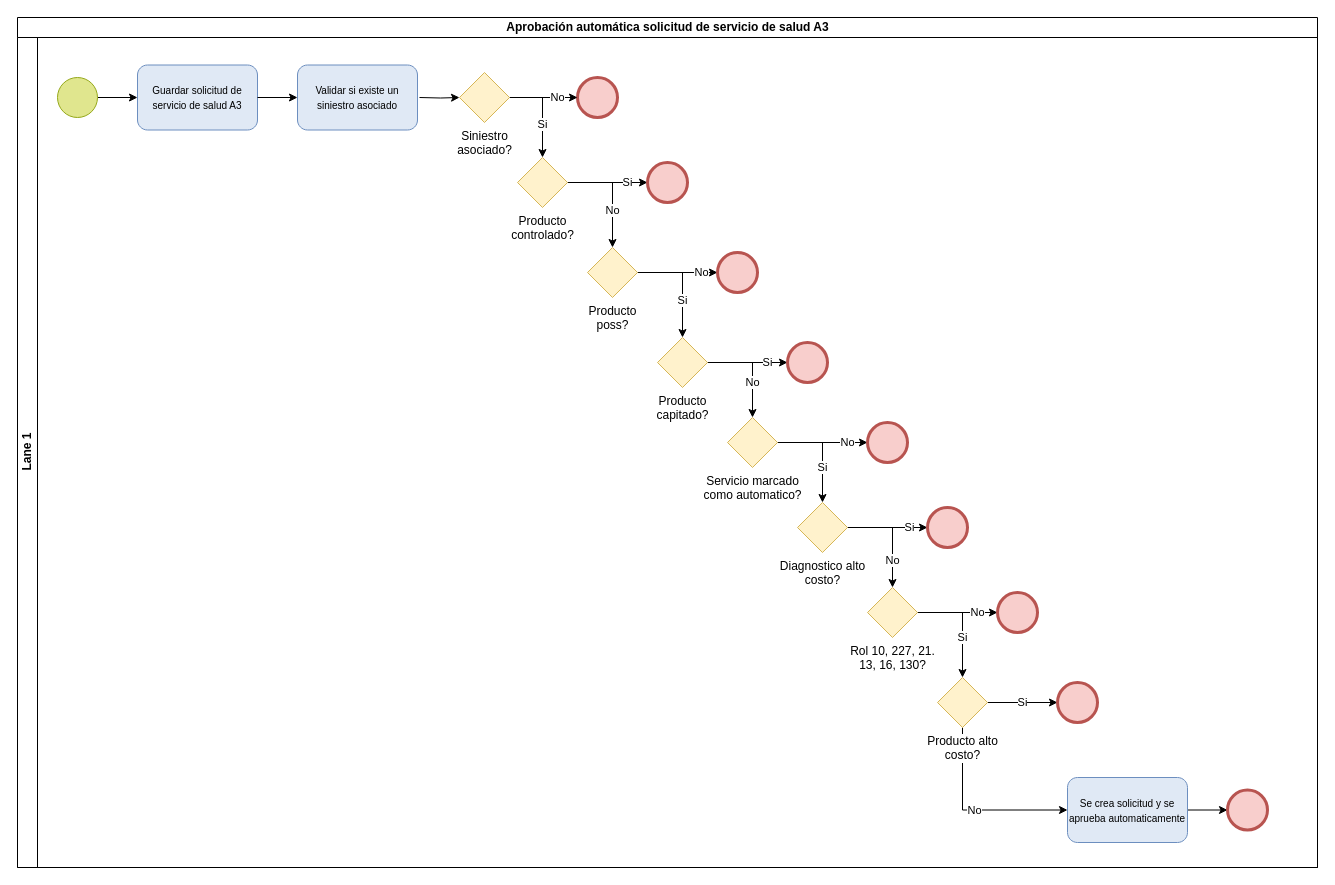
Above: Validaciones para crear un A3.drawio in kevinjporto/Diagramas-de-procesos (draw.io), before the change. Source tidied: cells renumbered, new cells numbered last; positions are measured from the earlier drawing's top-left corner, leaving out a move shared by most shapes. Both pictures are drawn from the tidied source at 100%, with x=0, y=0 at pixel (17, 17).
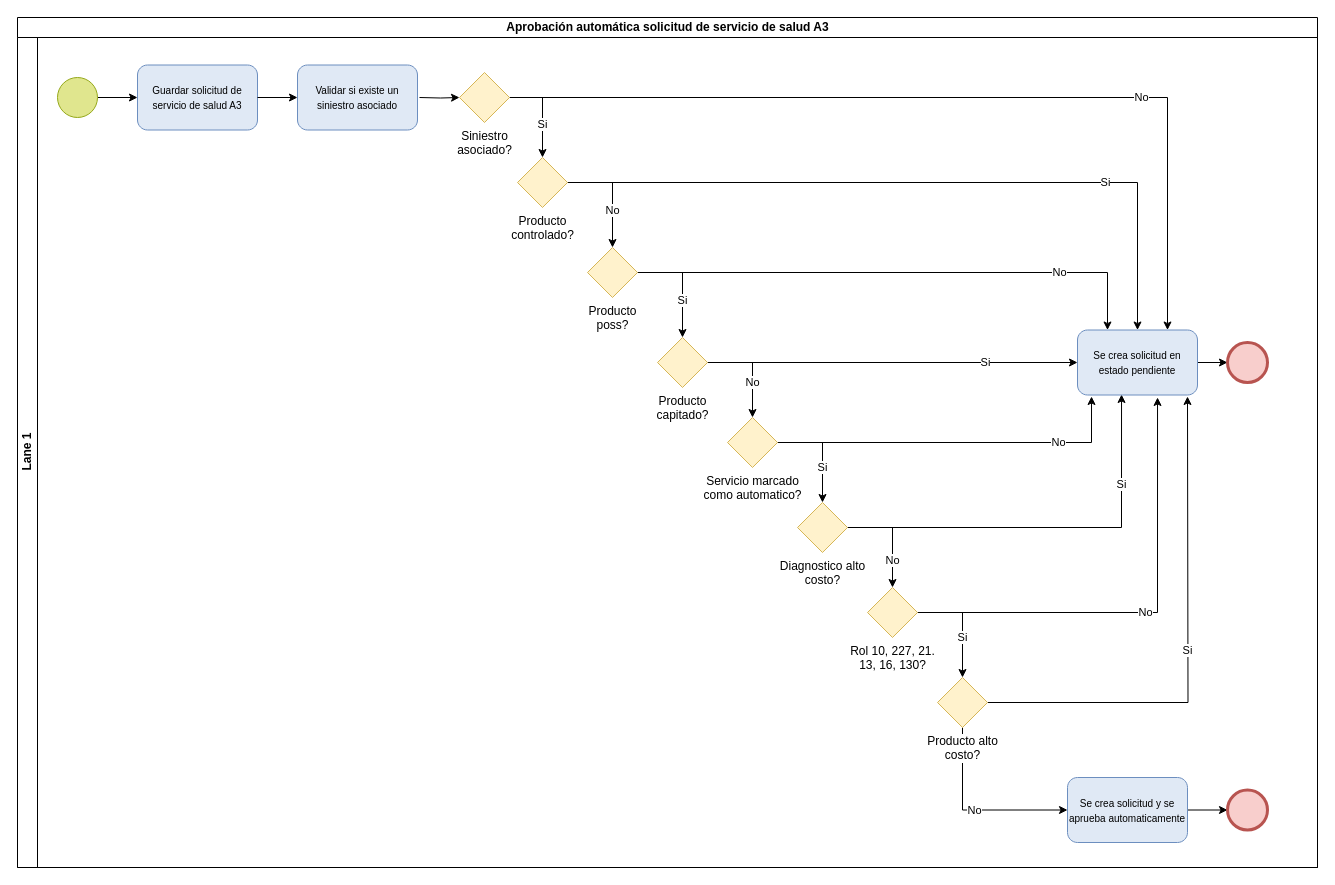
The same diagram, later.

The change refers to these unchanged cells:
```xml
<mxCell id="3" value="Lane 1" style="swimlane;startSize=20;horizontal=0;html=1;" parent="2" vertex="1">
  <mxGeometry y="20" width="1300" height="830" as="geometry" />
</mxCell>
<mxCell id="8" value="Producto &lt;br&gt;controlado?" style="points=[[0.25,0.25,0],[0.5,0,0],[0.75,0.25,0],[1,0.5,0],[0.75,0.75,0],[0.5,1,0],[0.25,0.75,0],[0,0.5,0]];shape=mxgraph.bpmn.gateway2;html=1;verticalLabelPosition=bottom;labelBackgroundColor=#ffffff;verticalAlign=top;align=center;perimeter=rhombusPerimeter;outlineConnect=0;outline=none;symbol=none;fillColor=#fff2cc;strokeColor=#d6b656;" parent="3" vertex="1">
  <mxGeometry x="500" y="120" width="50" height="50" as="geometry" />
</mxCell>
<mxCell id="11" value="Producto &lt;br&gt;poss?" style="points=[[0.25,0.25,0],[0.5,0,0],[0.75,0.25,0],[1,0.5,0],[0.75,0.75,0],[0.5,1,0],[0.25,0.75,0],[0,0.5,0]];shape=mxgraph.bpmn.gateway2;html=1;verticalLabelPosition=bottom;labelBackgroundColor=#ffffff;verticalAlign=top;align=center;perimeter=rhombusPerimeter;outlineConnect=0;outline=none;symbol=none;fillColor=#fff2cc;strokeColor=#d6b656;" parent="3" vertex="1">
  <mxGeometry x="570" y="210" width="50" height="50" as="geometry" />
</mxCell>
<mxCell id="14" value="Producto &lt;br&gt;capitado?" style="points=[[0.25,0.25,0],[0.5,0,0],[0.75,0.25,0],[1,0.5,0],[0.75,0.75,0],[0.5,1,0],[0.25,0.75,0],[0,0.5,0]];shape=mxgraph.bpmn.gateway2;html=1;verticalLabelPosition=bottom;labelBackgroundColor=#ffffff;verticalAlign=top;align=center;perimeter=rhombusPerimeter;outlineConnect=0;outline=none;symbol=none;fillColor=#fff2cc;strokeColor=#d6b656;" parent="3" vertex="1">
  <mxGeometry x="640" y="300" width="50" height="50" as="geometry" />
</mxCell>
<mxCell id="19" value="Servicio marcado&lt;br&gt;como automatico?" style="points=[[0.25,0.25,0],[0.5,0,0],[0.75,0.25,0],[1,0.5,0],[0.75,0.75,0],[0.5,1,0],[0.25,0.75,0],[0,0.5,0]];shape=mxgraph.bpmn.gateway2;html=1;verticalLabelPosition=bottom;labelBackgroundColor=#ffffff;verticalAlign=top;align=center;perimeter=rhombusPerimeter;outlineConnect=0;outline=none;symbol=none;fillColor=#fff2cc;strokeColor=#d6b656;" parent="3" vertex="1">
  <mxGeometry x="710" y="380" width="50" height="50" as="geometry" />
</mxCell>
<mxCell id="24" value="Siniestro&lt;br&gt;asociado?" style="points=[[0.25,0.25,0],[0.5,0,0],[0.75,0.25,0],[1,0.5,0],[0.75,0.75,0],[0.5,1,0],[0.25,0.75,0],[0,0.5,0]];shape=mxgraph.bpmn.gateway2;html=1;verticalLabelPosition=bottom;labelBackgroundColor=#ffffff;verticalAlign=top;align=center;perimeter=rhombusPerimeter;outlineConnect=0;outline=none;symbol=none;fillColor=#fff2cc;strokeColor=#d6b656;" parent="3" vertex="1">
  <mxGeometry x="442" y="35" width="50" height="50" as="geometry" />
</mxCell>
<mxCell id="33" value="Diagnostico alto&lt;br&gt;costo?" style="points=[[0.25,0.25,0],[0.5,0,0],[0.75,0.25,0],[1,0.5,0],[0.75,0.75,0],[0.5,1,0],[0.25,0.75,0],[0,0.5,0]];shape=mxgraph.bpmn.gateway2;html=1;verticalLabelPosition=bottom;labelBackgroundColor=#ffffff;verticalAlign=top;align=center;perimeter=rhombusPerimeter;outlineConnect=0;outline=none;symbol=none;fillColor=#fff2cc;strokeColor=#d6b656;" parent="3" vertex="1">
  <mxGeometry x="780" y="465" width="50" height="50" as="geometry" />
</mxCell>
<mxCell id="37" value="Rol 10, 227, 21.&lt;br&gt;13, 16, 130?" style="points=[[0.25,0.25,0],[0.5,0,0],[0.75,0.25,0],[1,0.5,0],[0.75,0.75,0],[0.5,1,0],[0.25,0.75,0],[0,0.5,0]];shape=mxgraph.bpmn.gateway2;html=1;verticalLabelPosition=bottom;labelBackgroundColor=#ffffff;verticalAlign=top;align=center;perimeter=rhombusPerimeter;outlineConnect=0;outline=none;symbol=none;fillColor=#fff2cc;strokeColor=#d6b656;" parent="3" vertex="1">
  <mxGeometry x="850" y="550" width="50" height="50" as="geometry" />
</mxCell>
<mxCell id="41" value="Producto alto&lt;br&gt;costo?" style="points=[[0.25,0.25,0],[0.5,0,0],[0.75,0.25,0],[1,0.5,0],[0.75,0.75,0],[0.5,1,0],[0.25,0.75,0],[0,0.5,0]];shape=mxgraph.bpmn.gateway2;html=1;verticalLabelPosition=bottom;labelBackgroundColor=#ffffff;verticalAlign=top;align=center;perimeter=rhombusPerimeter;outlineConnect=0;outline=none;symbol=none;fillColor=#fff2cc;strokeColor=#d6b656;" parent="3" vertex="1">
  <mxGeometry x="920" y="640" width="50" height="50" as="geometry" />
</mxCell>
```

Change to the diagram source:
```diff
@@
-    <mxCell id="7" value="Si" style="edgeStyle=orthogonalEdgeStyle;rounded=0;jettySize=auto;html=1;" parent="3" edge="1" source="8" target="28">
+    <mxCell id="7" value="Si" style="edgeStyle=orthogonalEdgeStyle;rounded=0;jettySize=auto;html=1;" parent="3" edge="1" source="8" target="46">
       <mxGeometry x="0.5" relative="1" as="geometry" />
     </mxCell>
@@
-    <mxCell id="10" value="No" style="edgeStyle=orthogonalEdgeStyle;rounded=0;jettySize=auto;html=1;" parent="3" edge="1" source="11" target="29">
+    <mxCell id="10" value="No" style="edgeStyle=orthogonalEdgeStyle;rounded=0;jettySize=auto;html=1;entryX=0.25;entryY=0;entryDx=0;entryDy=0;entryPerimeter=0;" parent="3" edge="1" source="11" target="46">
       <mxGeometry x="0.6" relative="1" as="geometry" />
     </mxCell>
@@
-    <mxCell id="13" value="Si" style="edgeStyle=orthogonalEdgeStyle;rounded=0;jettySize=auto;html=1;" parent="3" edge="1" source="14" target="30">
+    <mxCell id="13" value="Si" style="edgeStyle=orthogonalEdgeStyle;rounded=0;jettySize=auto;html=1;" parent="3" edge="1" source="14" target="46">
       <mxGeometry x="0.5" relative="1" as="geometry" />
     </mxCell>
@@
-    <mxCell id="18" value="No" style="edgeStyle=orthogonalEdgeStyle;rounded=0;jettySize=auto;html=1;" parent="3" edge="1" source="19" target="34">
+    <mxCell id="18" value="No" style="edgeStyle=orthogonalEdgeStyle;rounded=0;jettySize=auto;html=1;entryX=0.117;entryY=1.023;entryDx=0;entryDy=0;entryPerimeter=0;" parent="3" edge="1" source="19" target="46">
       <mxGeometry x="0.56" relative="1" as="geometry" />
     </mxCell>
@@
-    <mxCell id="20" style="points=[[0.145,0.145,0],[0.5,0,0],[0.855,0.145,0],[1,0.5,0],[0.855,0.855,0],[0.5,1,0],[0.145,0.855,0],[0,0.5,0]];shape=mxgraph.bpmn.event;html=1;verticalLabelPosition=bottom;labelBackgroundColor=#ffffff;verticalAlign=top;align=center;perimeter=ellipsePerimeter;outlineConnect=0;outline=end;symbol=terminate2;fillColor=#f8cecc;strokeColor=#b85450;" parent="3" vertex="1">
-      <mxGeometry x="560" y="40" width="40" height="40" as="geometry" />
-    </mxCell>
@@
-    <mxCell id="23" value="No" style="edgeStyle=orthogonalEdgeStyle;rounded=0;jettySize=auto;html=1;entryX=0;entryY=0.5;entryDx=0;entryDy=0;entryPerimeter=0;" parent="3" edge="1" source="24" target="20">
+    <mxCell id="23" value="No" style="edgeStyle=orthogonalEdgeStyle;rounded=0;jettySize=auto;html=1;entryX=0.75;entryY=0;entryDx=0;entryDy=0;entryPerimeter=0;" parent="3" edge="1" source="24" target="46">
       <mxGeometry x="0.42" relative="1" as="geometry" />
     </mxCell>
@@
-    <mxCell id="28" style="points=[[0.145,0.145,0],[0.5,0,0],[0.855,0.145,0],[1,0.5,0],[0.855,0.855,0],[0.5,1,0],[0.145,0.855,0],[0,0.5,0]];shape=mxgraph.bpmn.event;html=1;verticalLabelPosition=bottom;labelBackgroundColor=#ffffff;verticalAlign=top;align=center;perimeter=ellipsePerimeter;outlineConnect=0;outline=end;symbol=terminate2;fillColor=#f8cecc;strokeColor=#b85450;" parent="3" vertex="1">
-      <mxGeometry x="630" y="125" width="40" height="40" as="geometry" />
-    </mxCell>
-    <mxCell id="29" style="points=[[0.145,0.145,0],[0.5,0,0],[0.855,0.145,0],[1,0.5,0],[0.855,0.855,0],[0.5,1,0],[0.145,0.855,0],[0,0.5,0]];shape=mxgraph.bpmn.event;html=1;verticalLabelPosition=bottom;labelBackgroundColor=#ffffff;verticalAlign=top;align=center;perimeter=ellipsePerimeter;outlineConnect=0;outline=end;symbol=terminate2;fillColor=#f8cecc;strokeColor=#b85450;" parent="3" vertex="1">
-      <mxGeometry x="700" y="215" width="40" height="40" as="geometry" />
-    </mxCell>
-    <mxCell id="30" style="points=[[0.145,0.145,0],[0.5,0,0],[0.855,0.145,0],[1,0.5,0],[0.855,0.855,0],[0.5,1,0],[0.145,0.855,0],[0,0.5,0]];shape=mxgraph.bpmn.event;html=1;verticalLabelPosition=bottom;labelBackgroundColor=#ffffff;verticalAlign=top;align=center;perimeter=ellipsePerimeter;outlineConnect=0;outline=end;symbol=terminate2;fillColor=#f8cecc;strokeColor=#b85450;" parent="3" vertex="1">
-      <mxGeometry x="770" y="305" width="40" height="40" as="geometry" />
-    </mxCell>
@@
-    <mxCell id="32" value="Si" style="edgeStyle=orthogonalEdgeStyle;rounded=0;jettySize=auto;html=1;" parent="3" edge="1" source="33" target="38">
+    <mxCell id="32" value="Si" style="edgeStyle=orthogonalEdgeStyle;rounded=0;jettySize=auto;html=1;entryX=0.367;entryY=0.992;entryDx=0;entryDy=0;entryPerimeter=0;" parent="3" edge="1" source="33" target="46">
       <mxGeometry x="0.56" relative="1" as="geometry" />
     </mxCell>
@@
-    <mxCell id="34" style="points=[[0.145,0.145,0],[0.5,0,0],[0.855,0.145,0],[1,0.5,0],[0.855,0.855,0],[0.5,1,0],[0.145,0.855,0],[0,0.5,0]];shape=mxgraph.bpmn.event;html=1;verticalLabelPosition=bottom;labelBackgroundColor=#ffffff;verticalAlign=top;align=center;perimeter=ellipsePerimeter;outlineConnect=0;outline=end;symbol=terminate2;fillColor=#f8cecc;strokeColor=#b85450;" parent="3" vertex="1">
-      <mxGeometry x="850" y="385" width="40" height="40" as="geometry" />
-    </mxCell>
@@
-    <mxCell id="36" value="No" style="edgeStyle=orthogonalEdgeStyle;rounded=0;jettySize=auto;html=1;" parent="3" edge="1" source="37" target="42">
-      <mxGeometry x="0.5" relative="1" as="geometry" />
+    <mxCell id="36" value="No" style="edgeStyle=orthogonalEdgeStyle;rounded=0;jettySize=auto;html=1;entryX=0.667;entryY=1.038;entryDx=0;entryDy=0;entryPerimeter=0;" parent="3" edge="1" source="37" target="46">
+      <mxGeometry relative="1" as="geometry" />
     </mxCell>
@@
-    <mxCell id="38" style="points=[[0.145,0.145,0],[0.5,0,0],[0.855,0.145,0],[1,0.5,0],[0.855,0.855,0],[0.5,1,0],[0.145,0.855,0],[0,0.5,0]];shape=mxgraph.bpmn.event;html=1;verticalLabelPosition=bottom;labelBackgroundColor=#ffffff;verticalAlign=top;align=center;perimeter=ellipsePerimeter;outlineConnect=0;outline=end;symbol=terminate2;fillColor=#f8cecc;strokeColor=#b85450;" parent="3" vertex="1">
-      <mxGeometry x="910" y="470" width="40" height="40" as="geometry" />
-    </mxCell>
-    <mxCell id="39" value="Si" style="edgeStyle=orthogonalEdgeStyle;rounded=0;jettySize=auto;html=1;entryX=0;entryY=0.5;entryDx=0;entryDy=0;entryPerimeter=0;" parent="3" edge="1" source="41" target="43">
-      <mxGeometry relative="1" as="geometry" />
+    <mxCell id="39" value="Si" style="edgeStyle=orthogonalEdgeStyle;rounded=0;jettySize=auto;html=1;" parent="3" edge="1" source="41">
+      <mxGeometry relative="1" as="geometry">
+        <mxPoint x="1170" y="359" as="targetPoint" />
+      </mxGeometry>
     </mxCell>
@@
-    <mxCell id="42" style="points=[[0.145,0.145,0],[0.5,0,0],[0.855,0.145,0],[1,0.5,0],[0.855,0.855,0],[0.5,1,0],[0.145,0.855,0],[0,0.5,0]];shape=mxgraph.bpmn.event;html=1;verticalLabelPosition=bottom;labelBackgroundColor=#ffffff;verticalAlign=top;align=center;perimeter=ellipsePerimeter;outlineConnect=0;outline=end;symbol=terminate2;fillColor=#f8cecc;strokeColor=#b85450;" parent="3" vertex="1">
-      <mxGeometry x="980" y="555" width="40" height="40" as="geometry" />
-    </mxCell>
-    <mxCell id="43" style="points=[[0.145,0.145,0],[0.5,0,0],[0.855,0.145,0],[1,0.5,0],[0.855,0.855,0],[0.5,1,0],[0.145,0.855,0],[0,0.5,0]];shape=mxgraph.bpmn.event;html=1;verticalLabelPosition=bottom;labelBackgroundColor=#ffffff;verticalAlign=top;align=center;perimeter=ellipsePerimeter;outlineConnect=0;outline=end;symbol=terminate2;fillColor=#f8cecc;strokeColor=#b85450;" parent="3" vertex="1">
-      <mxGeometry x="1040" y="645" width="40" height="40" as="geometry" />
-    </mxCell>
@@
+    <mxCell id="45" style="edgeStyle=orthogonalEdgeStyle;rounded=0;jettySize=auto;html=1;" parent="3" edge="1" source="46" target="47">
+      <mxGeometry relative="1" as="geometry" />
+    </mxCell>
+    <mxCell id="46" value="&lt;font style=&quot;font-size: 10px;&quot;&gt;Se crea solicitud en estado pendiente&lt;/font&gt;" style="points=[[0.25,0,0],[0.5,0,0],[0.75,0,0],[1,0.25,0],[1,0.5,0],[1,0.75,0],[0.75,1,0],[0.5,1,0],[0.25,1,0],[0,0.75,0],[0,0.5,0],[0,0.25,0]];shape=mxgraph.bpmn.task;whiteSpace=wrap;rectStyle=rounded;size=10;html=1;taskMarker=abstract;fillColor=#E0E9F5;strokeColor=#6c8ebf;" parent="3" vertex="1">
+      <mxGeometry x="1060" y="292.5" width="120" height="65" as="geometry" />
+    </mxCell>
+    <mxCell id="47" style="points=[[0.145,0.145,0],[0.5,0,0],[0.855,0.145,0],[1,0.5,0],[0.855,0.855,0],[0.5,1,0],[0.145,0.855,0],[0,0.5,0]];shape=mxgraph.bpmn.event;html=1;verticalLabelPosition=bottom;labelBackgroundColor=#ffffff;verticalAlign=top;align=center;perimeter=ellipsePerimeter;outlineConnect=0;outline=end;symbol=terminate2;fillColor=#f8cecc;strokeColor=#b85450;" parent="3" vertex="1">
+      <mxGeometry x="1210" y="305" width="40" height="40" as="geometry" />
+    </mxCell>
```
